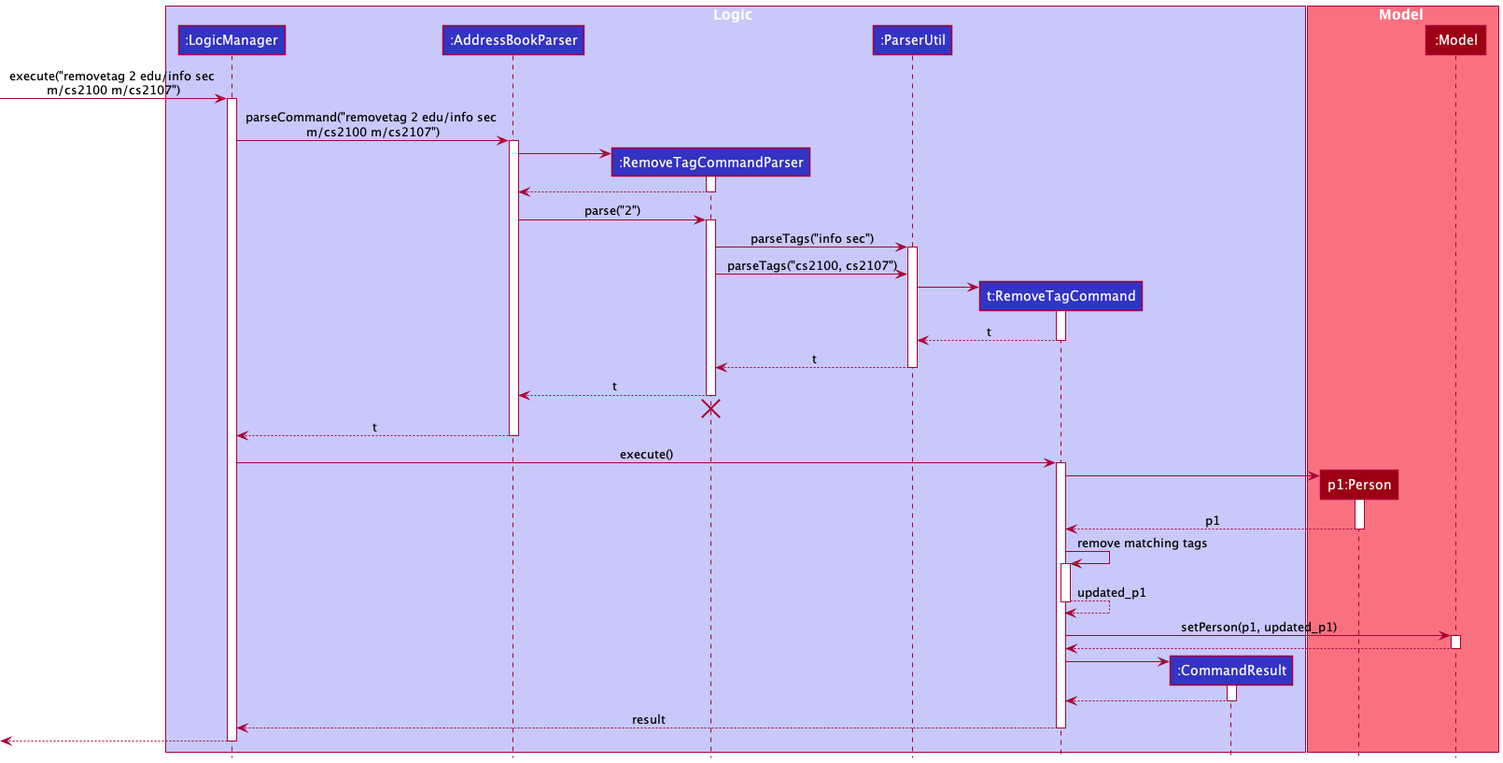
Before: docs/images/RemoveTagSequenceDiagram.png, a diagram exported from PlantUML (nus-cs2103-AY2122S2/tp).
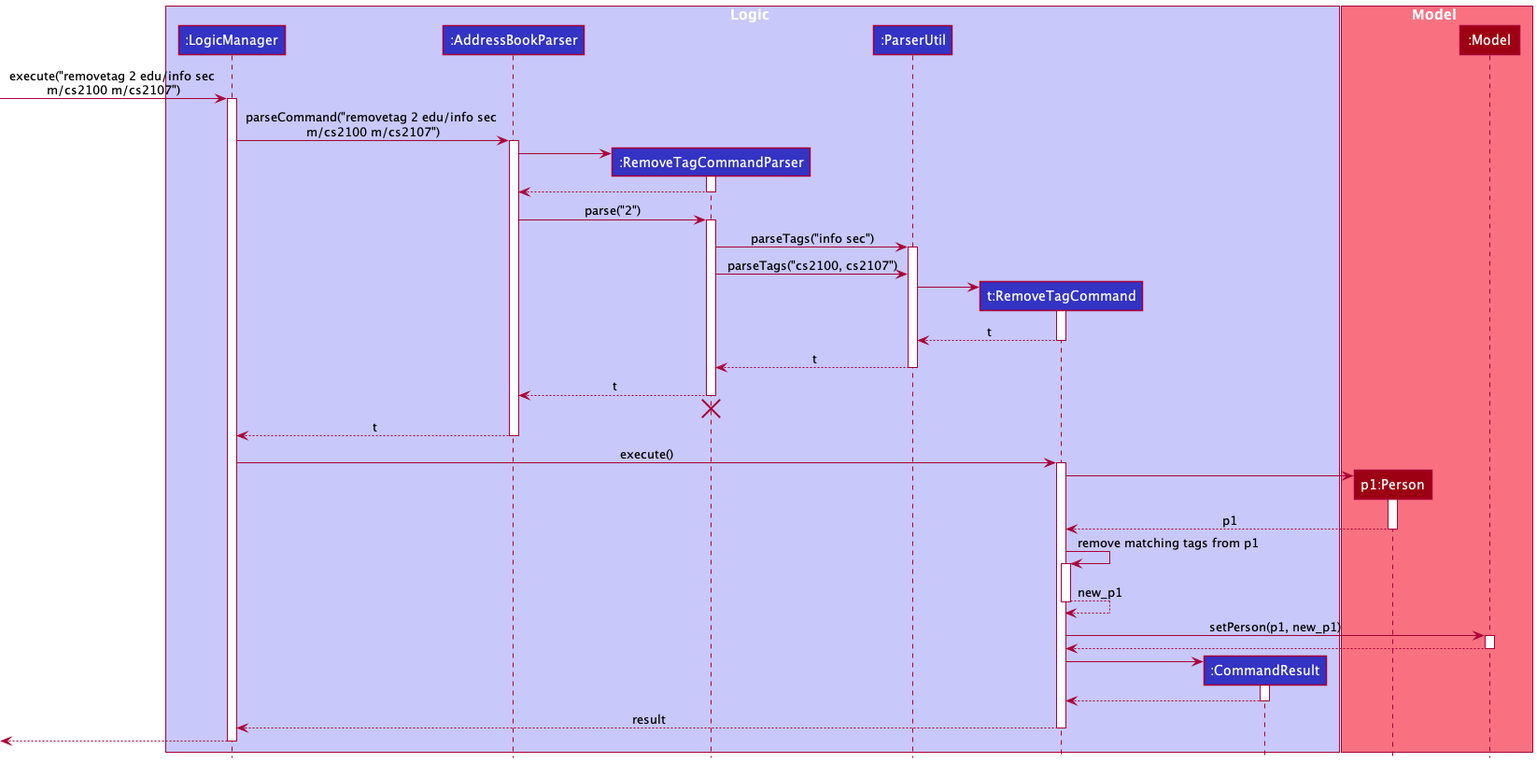
Above is the later version.

Commit message:
Add self-invocation to TagSequenceDiagram

Change to the diagram source:
```diff
@@ -60,12 +60,12 @@
 Person --> RemoveTagCommand : p1
 deactivate Person
 
-RemoveTagCommand -> RemoveTagCommand : remove matching tags
+RemoveTagCommand -> RemoveTagCommand : remove matching tags from p1
 activate RemoveTagCommand
-RemoveTagCommand --> RemoveTagCommand : updated_p1
+RemoveTagCommand --> RemoveTagCommand : new_p1
 deactivate RemoveTagCommand
 
-RemoveTagCommand -> Model : setPerson(p1, updated_p1)
+RemoveTagCommand -> Model : setPerson(p1, new_p1)
 activate Model
 Model --> RemoveTagCommand
 deactivate Model
```
